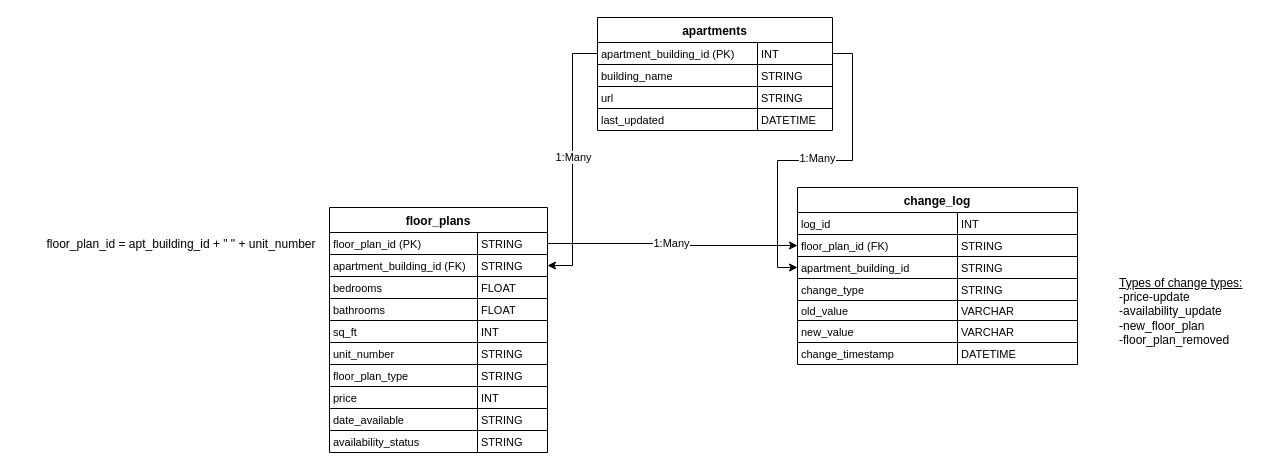
This is media/apt_monitor_db_schema.drawio from bsha6/apartment_monitor, a draw.io file, before an edit. Source tidied: cells renumbered, new cells numbered last; positions are measured from the earlier drawing's top-left corner, leaving out a move shared by most shapes. Both pictures are drawn from the tidied source at 100%, with x=0, y=0 at pixel (17, 17).
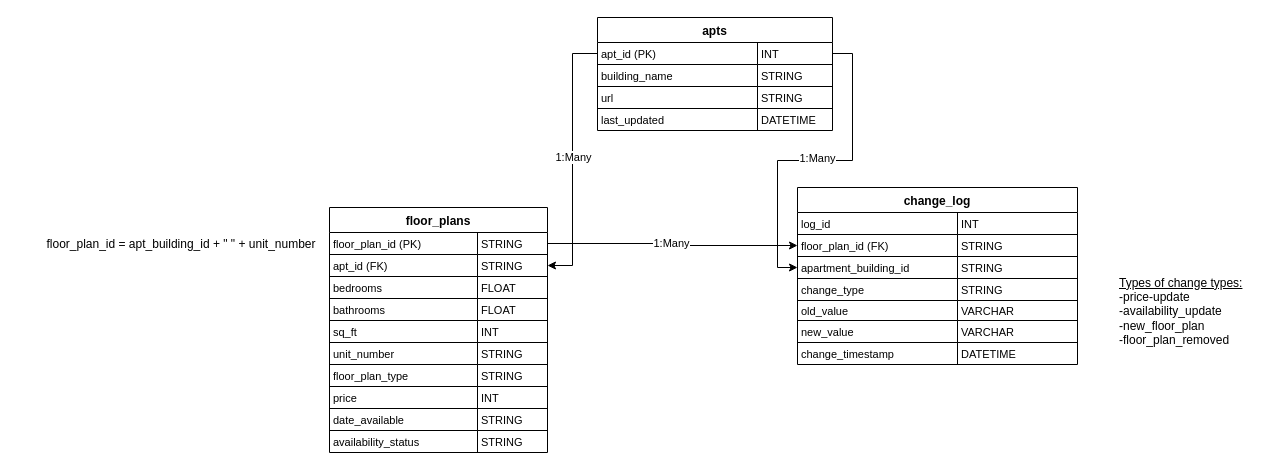
After the change.

Commit message:
Update table and col names

The change refers to these unchanged cells:
```xml
<mxCell id="6" style="shape=tableRow;horizontal=0;startSize=0;swimlaneHead=0;swimlaneBody=0;fillColor=none;points=[[0,0.5],[1,0.5]];portConstraint=eastwest;top=0;left=0;right=0;bottom=0;" parent="2" vertex="1">
  <mxGeometry y="47" width="218" height="22" as="geometry" />
</mxCell>
<mxCell id="56" style="shape=tableRow;horizontal=0;startSize=0;swimlaneHead=0;swimlaneBody=0;fillColor=none;points=[[0,0.5],[1,0.5]];portConstraint=eastwest;top=0;left=0;right=0;bottom=0;" parent="55" vertex="1">
  <mxGeometry y="25" width="235" height="22" as="geometry" />
</mxCell>
```

The edit, as a diff of the source:
```diff
@@
-    <mxCell id="7" value="apartment_building_id (FK)" style="shape=partialRectangle;fillColor=none;top=0;left=0;bottom=0;right=0;align=left;spacingLeft=2;overflow=hidden;fontSize=11;" parent="6" vertex="1">
+    <mxCell id="7" value="apt_id (FK)" style="shape=partialRectangle;fillColor=none;top=0;left=0;bottom=0;right=0;align=left;spacingLeft=2;overflow=hidden;fontSize=11;" parent="6" vertex="1">
       <mxGeometry width="148" height="22" as="geometry" />
     </mxCell>
@@
-    <mxCell id="55" value="apartments" style="shape=table;startSize=25;childLayout=tableLayout;rowLines=1;fontStyle=1;align=center;" parent="1" vertex="1">
+    <mxCell id="55" value="apts" style="shape=table;startSize=25;childLayout=tableLayout;rowLines=1;fontStyle=1;align=center;" parent="1" vertex="1">
       <mxGeometry x="580" width="235" height="113" as="geometry" />
     </mxCell>
@@
-    <mxCell id="57" value="apartment_building_id (PK)" style="shape=partialRectangle;fillColor=none;top=0;left=0;bottom=0;right=0;align=left;spacingLeft=2;overflow=hidden;fontSize=11;" parent="56" vertex="1">
+    <mxCell id="57" value="apt_id (PK)" style="shape=partialRectangle;fillColor=none;top=0;left=0;bottom=0;right=0;align=left;spacingLeft=2;overflow=hidden;fontSize=11;" parent="56" vertex="1">
       <mxGeometry width="160" height="22" as="geometry" />
     </mxCell>
```
